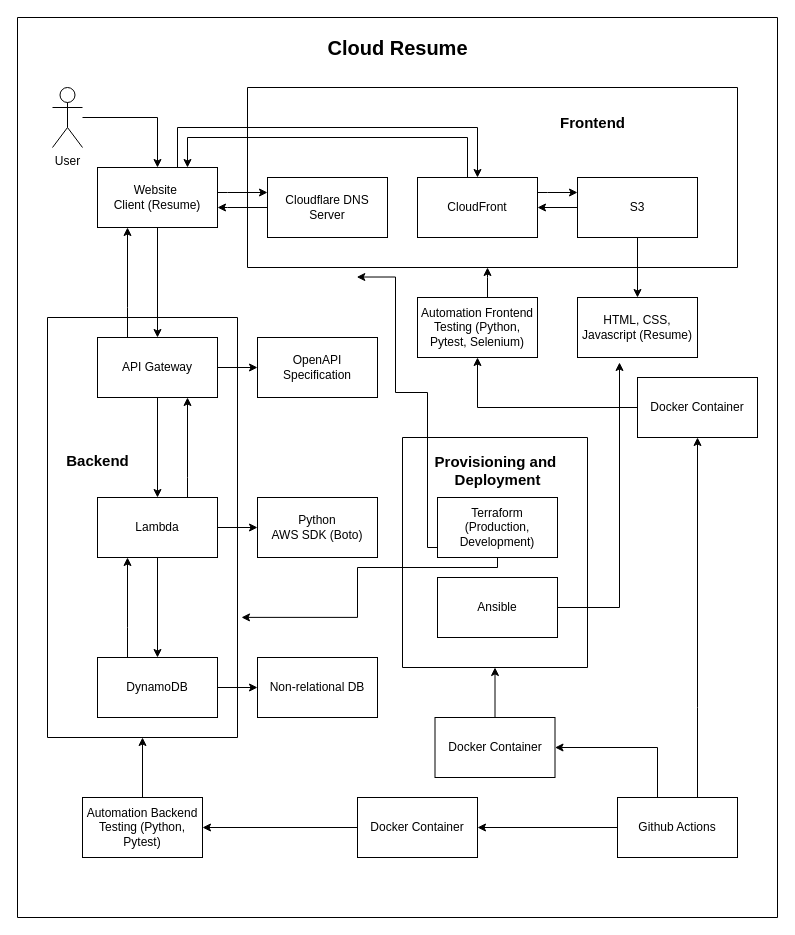
Before: design/design.drawio in avivilloz/cloud_resume, a draw.io diagram. Source tidied: cells renumbered, new cells numbered last; positions are measured from the earlier drawing's top-left corner, leaving out a move shared by most shapes. Both pictures are drawn from the tidied source at 100%, with x=0, y=0 at pixel (17, 17).
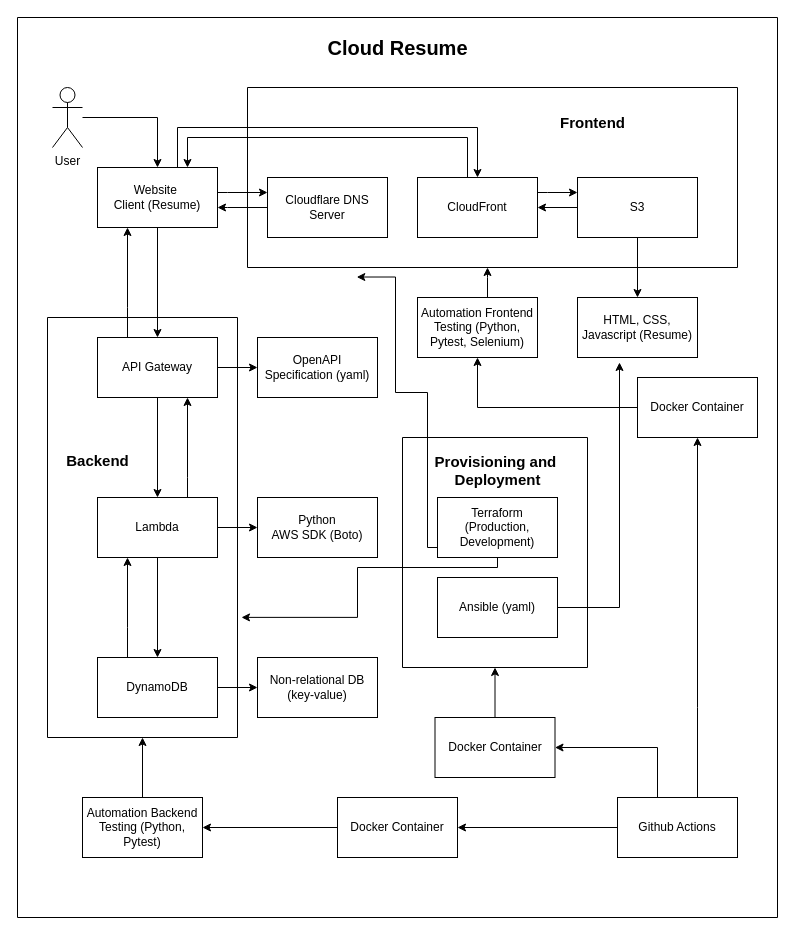
Above is the later version.

The change refers to these unchanged cells:
```xml
<mxCell id="25" style="swimlane;startSize=0;" parent="1" vertex="1">
  <mxGeometry width="760" height="900" as="geometry" />
</mxCell>
<mxCell id="36" style="swimlane;startSize=0;" parent="25" vertex="1">
  <mxGeometry x="385" y="420" width="185" height="230" as="geometry" />
</mxCell>
```

The edit, as a diff of the source:
```diff
@@
-    <mxCell id="19" value="Non-relational DB" style="whiteSpace=wrap;html=1;rounded=0;" parent="1" vertex="1">
+    <mxCell id="19" value="Non-relational DB&lt;div&gt;(key-value)&lt;/div&gt;" style="whiteSpace=wrap;html=1;rounded=0;" parent="1" vertex="1">
       <mxGeometry x="240" y="640" width="120" height="60" as="geometry" />
     </mxCell>
-    <mxCell id="20" value="OpenAPI&lt;div&gt;Specification&lt;/div&gt;" style="whiteSpace=wrap;html=1;rounded=0;" parent="1" vertex="1">
+    <mxCell id="20" value="OpenAPI&lt;div&gt;Specification (yaml)&lt;/div&gt;" style="whiteSpace=wrap;html=1;rounded=0;" parent="1" vertex="1">
       <mxGeometry x="240" y="320" width="120" height="60" as="geometry" />
     </mxCell>
@@
     <mxCell id="26" value="Docker Container" style="whiteSpace=wrap;html=1;" parent="25" vertex="1">
-      <mxGeometry x="340" y="780" width="120" height="60" as="geometry" />
+      <mxGeometry x="320" y="780" width="120" height="60" as="geometry" />
     </mxCell>
@@
-    <mxCell id="38" value="Ansible" style="whiteSpace=wrap;html=1;" parent="36" vertex="1">
+    <mxCell id="38" value="Ansible (yaml)" style="whiteSpace=wrap;html=1;" parent="36" vertex="1">
       <mxGeometry x="35" y="140" width="120" height="60" as="geometry" />
     </mxCell>
```
